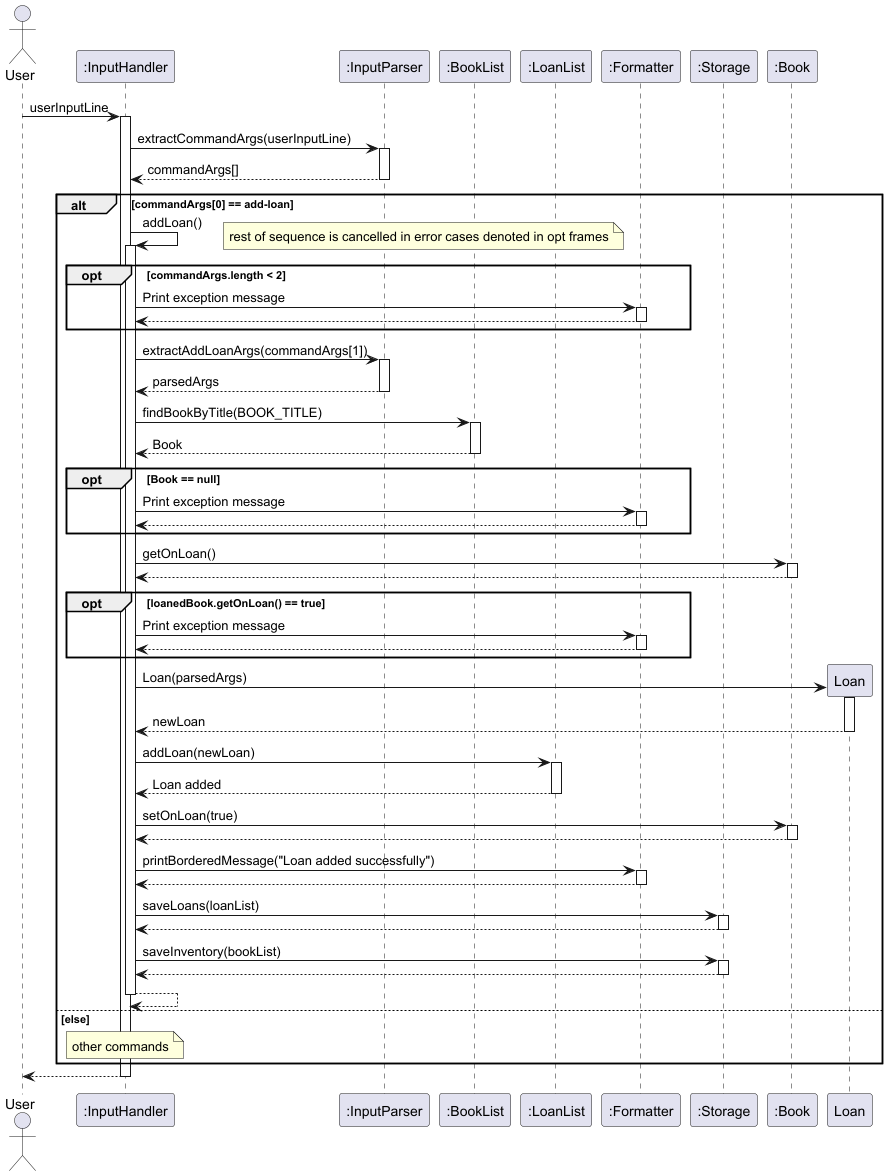
AY2425S2-CS2113-T12-2/tp keeps this PlantUML diagram as docs/images/addLoan.png. Above is the earlier version.
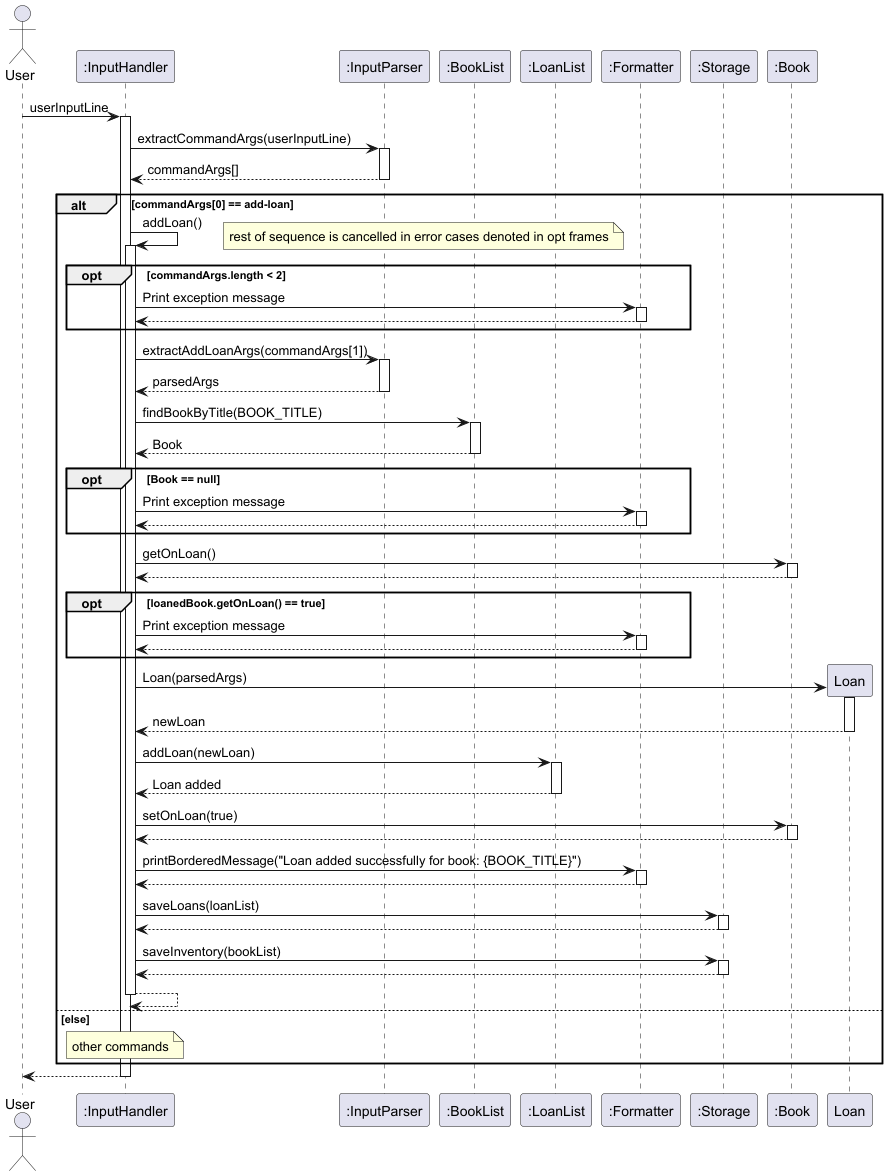
Later version of the same file.

Commit message:
edit success message printing in sequence diagram for updatebook to reflect actual output and saved the png files for the other edited sequence diagrams

The edit, as a diff of the source:
```diff
@@ -81,7 +81,7 @@
         Book --> InputHandler
         deactivate Book
 
-        InputHandler -> Formatter: printBorderedMessage("Loan added successfully")
+        InputHandler -> Formatter: printBorderedMessage("Loan added successfully for book: {BOOK_TITLE}")
         activate Formatter
 
         Formatter --> InputHandler
```
